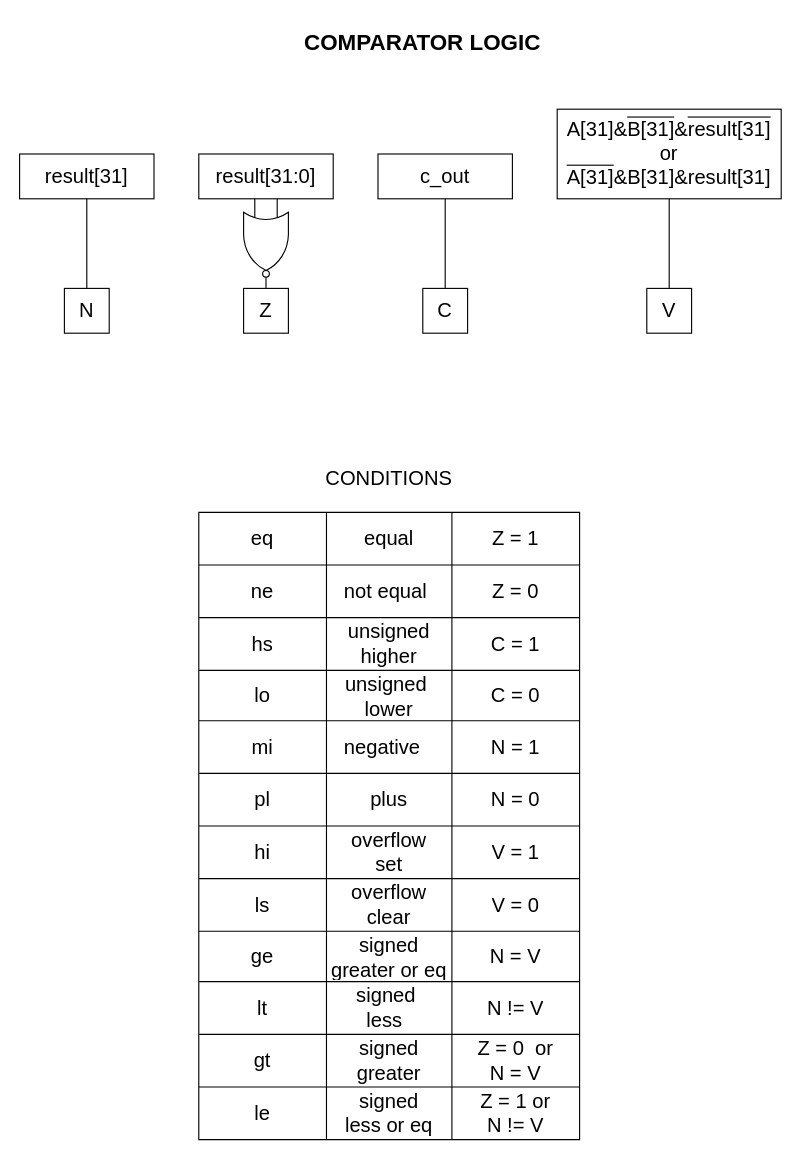
Before: page "Comparator" (15 of 15) of docs/dlx_architecture.drawio in lorenzobadas/DLX, a draw.io diagram. Source tidied: cells renumbered, new cells numbered last; positions are measured from the earlier drawing's top-left corner, leaving out a move shared by most shapes. Both pictures are drawn from the tidied source at 112%, with x=0, y=0 at pixel (19, 19).
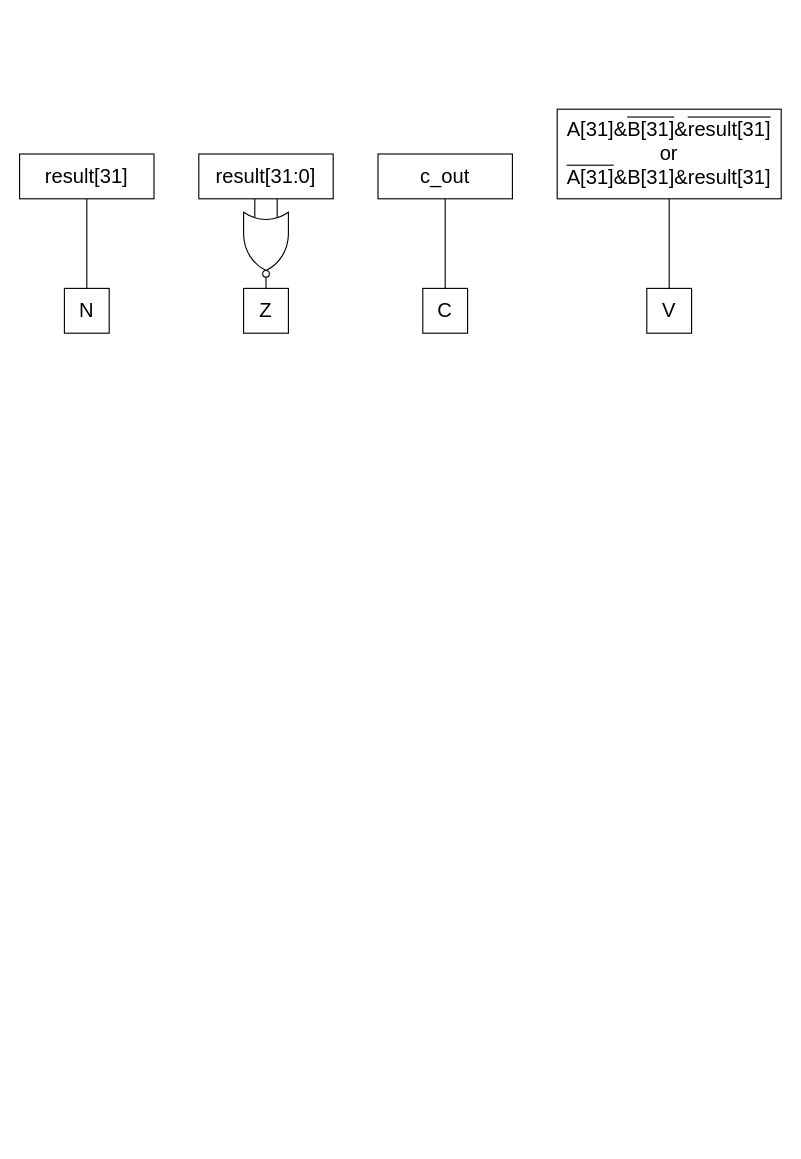
After the change.

Commit message (it also covers changes not shown here):
update ALU and comparator

Diff of the diagram source:
```diff
@@
-    <mxCell id="2" value="&lt;font style=&quot;font-size: 20px;&quot;&gt;&lt;b&gt;COMPARATOR LOGIC&lt;/b&gt;&lt;/font&gt;" style="text;html=1;align=center;verticalAlign=middle;whiteSpace=wrap;rounded=0;" parent="1" vertex="1">
-      <mxGeometry x="140" width="440" height="40" as="geometry" />
-    </mxCell>
@@
-    <mxCell id="15" value="&lt;font style=&quot;font-size: 18px;&quot;&gt;CONDITIONS&lt;/font&gt;" style="text;html=1;align=center;verticalAlign=middle;whiteSpace=wrap;rounded=0;" parent="1" vertex="1">
-      <mxGeometry x="190" y="390" width="280" height="40" as="geometry" />
-    </mxCell>
-    <mxCell id="16" style="shape=table;startSize=0;childLayout=tableLayout;fontSize=18;" parent="1" vertex="1">
-      <mxGeometry x="160" y="440" width="340" height="560" as="geometry" />
-    </mxCell>
-    <mxCell id="17" style="shape=tableRow;horizontal=0;startSize=0;swimlaneHead=0;swimlaneBody=0;top=0;left=0;bottom=0;right=0;fillColor=none;" parent="16" vertex="1">
-      <mxGeometry width="340" height="47" as="geometry" />
-    </mxCell>
-    <mxCell id="18" value="&lt;font style=&quot;font-size: 18px;&quot;&gt;eq&lt;/font&gt;" style="shape=partialRectangle;html=1;whiteSpace=wrap;overflow=hidden;fillColor=none;top=0;left=0;bottom=0;right=0;" parent="17" vertex="1">
-      <mxGeometry width="114" height="47" as="geometry" />
-    </mxCell>
-    <mxCell id="19" value="equal" style="shape=partialRectangle;html=1;whiteSpace=wrap;overflow=hidden;fillColor=none;top=0;left=0;bottom=0;right=0;fontSize=18;align=center;" parent="17" vertex="1">
-      <mxGeometry x="114" width="112" height="47" as="geometry" />
-    </mxCell>
-    <mxCell id="20" value="Z = 1" style="shape=partialRectangle;html=1;whiteSpace=wrap;overflow=hidden;fillColor=none;top=0;left=0;bottom=0;right=0;fontSize=18;" parent="17" vertex="1">
-      <mxGeometry x="226" width="114" height="47" as="geometry" />
-    </mxCell>
-    <mxCell id="21" style="shape=tableRow;horizontal=0;startSize=0;swimlaneHead=0;swimlaneBody=0;top=0;left=0;bottom=0;right=0;fillColor=none;" parent="16" vertex="1">
-      <mxGeometry y="47" width="340" height="47" as="geometry" />
-    </mxCell>
-    <mxCell id="22" value="ne" style="shape=partialRectangle;html=1;whiteSpace=wrap;overflow=hidden;fillColor=none;top=0;left=0;bottom=0;right=0;fontSize=18;" parent="21" vertex="1">
-      <mxGeometry width="114" height="47" as="geometry" />
-    </mxCell>
-    <mxCell id="23" value="not equal&lt;span style=&quot;white-space: pre;&quot;&gt;&#9;&lt;/span&gt;" style="shape=partialRectangle;html=1;whiteSpace=wrap;overflow=hidden;fillColor=none;top=0;left=0;bottom=0;right=0;fontSize=18;" parent="21" vertex="1">
-      <mxGeometry x="114" width="112" height="47" as="geometry" />
-    </mxCell>
-    <mxCell id="24" value="Z = 0" style="shape=partialRectangle;html=1;whiteSpace=wrap;overflow=hidden;fillColor=none;top=0;left=0;bottom=0;right=0;fontSize=18;" parent="21" vertex="1">
-      <mxGeometry x="226" width="114" height="47" as="geometry" />
-    </mxCell>
-    <mxCell id="25" style="shape=tableRow;horizontal=0;startSize=0;swimlaneHead=0;swimlaneBody=0;top=0;left=0;bottom=0;right=0;fillColor=none;" parent="16" vertex="1">
-      <mxGeometry y="94" width="340" height="47" as="geometry" />
-    </mxCell>
-    <mxCell id="26" value="hs" style="shape=partialRectangle;html=1;whiteSpace=wrap;overflow=hidden;fillColor=none;top=0;left=0;bottom=0;right=0;fontSize=18;" parent="25" vertex="1">
-      <mxGeometry width="114" height="47" as="geometry" />
-    </mxCell>
-    <mxCell id="27" value="unsigned higher" style="shape=partialRectangle;html=1;whiteSpace=wrap;overflow=hidden;fillColor=none;top=0;left=0;bottom=0;right=0;fontSize=18;" parent="25" vertex="1">
-      <mxGeometry x="114" width="112" height="47" as="geometry" />
-    </mxCell>
-    <mxCell id="28" value="C = 1" style="shape=partialRectangle;html=1;whiteSpace=wrap;overflow=hidden;fillColor=none;top=0;left=0;bottom=0;right=0;fontSize=18;" parent="25" vertex="1">
-      <mxGeometry x="226" width="114" height="47" as="geometry" />
-    </mxCell>
-    <mxCell id="29" style="shape=tableRow;horizontal=0;startSize=0;swimlaneHead=0;swimlaneBody=0;top=0;left=0;bottom=0;right=0;fillColor=none;" parent="16" vertex="1">
-      <mxGeometry y="141" width="340" height="45" as="geometry" />
-    </mxCell>
-    <mxCell id="30" value="lo" style="shape=partialRectangle;html=1;whiteSpace=wrap;overflow=hidden;fillColor=none;top=0;left=0;bottom=0;right=0;fontSize=18;" parent="29" vertex="1">
-      <mxGeometry width="114" height="45" as="geometry" />
-    </mxCell>
-    <mxCell id="31" value="unsigned&amp;nbsp;&lt;br&gt;lower" style="shape=partialRectangle;html=1;whiteSpace=wrap;overflow=hidden;fillColor=none;top=0;left=0;bottom=0;right=0;fontSize=18;" parent="29" vertex="1">
-      <mxGeometry x="114" width="112" height="45" as="geometry" />
-    </mxCell>
-    <mxCell id="32" value="C = 0" style="shape=partialRectangle;html=1;whiteSpace=wrap;overflow=hidden;fillColor=none;top=0;left=0;bottom=0;right=0;fontSize=18;" parent="29" vertex="1">
-      <mxGeometry x="226" width="114" height="45" as="geometry" />
-    </mxCell>
-    <mxCell id="33" style="shape=tableRow;horizontal=0;startSize=0;swimlaneHead=0;swimlaneBody=0;top=0;left=0;bottom=0;right=0;fillColor=none;" parent="16" vertex="1">
-      <mxGeometry y="186" width="340" height="47" as="geometry" />
-    </mxCell>
-    <mxCell id="34" value="mi" style="shape=partialRectangle;html=1;whiteSpace=wrap;overflow=hidden;fillColor=none;top=0;left=0;bottom=0;right=0;fontSize=18;" parent="33" vertex="1">
-      <mxGeometry width="114" height="47" as="geometry" />
-    </mxCell>
-    <mxCell id="35" value="negative&lt;span style=&quot;white-space: pre;&quot;&gt;&#9;&lt;/span&gt;" style="shape=partialRectangle;html=1;whiteSpace=wrap;overflow=hidden;fillColor=none;top=0;left=0;bottom=0;right=0;fontSize=18;" parent="33" vertex="1">
-      <mxGeometry x="114" width="112" height="47" as="geometry" />
-    </mxCell>
-    <mxCell id="36" value="N = 1" style="shape=partialRectangle;html=1;whiteSpace=wrap;overflow=hidden;fillColor=none;top=0;left=0;bottom=0;right=0;fontSize=18;" parent="33" vertex="1">
-      <mxGeometry x="226" width="114" height="47" as="geometry" />
-    </mxCell>
-    <mxCell id="37" style="shape=tableRow;horizontal=0;startSize=0;swimlaneHead=0;swimlaneBody=0;top=0;left=0;bottom=0;right=0;fillColor=none;" parent="16" vertex="1">
-      <mxGeometry y="233" width="340" height="47" as="geometry" />
-    </mxCell>
-    <mxCell id="38" value="pl" style="shape=partialRectangle;html=1;whiteSpace=wrap;overflow=hidden;fillColor=none;top=0;left=0;bottom=0;right=0;fontSize=18;" parent="37" vertex="1">
-      <mxGeometry width="114" height="47" as="geometry" />
-    </mxCell>
-    <mxCell id="39" value="plus" style="shape=partialRectangle;html=1;whiteSpace=wrap;overflow=hidden;fillColor=none;top=0;left=0;bottom=0;right=0;fontSize=18;" parent="37" vertex="1">
-      <mxGeometry x="114" width="112" height="47" as="geometry" />
-    </mxCell>
-    <mxCell id="40" value="N = 0" style="shape=partialRectangle;html=1;whiteSpace=wrap;overflow=hidden;fillColor=none;top=0;left=0;bottom=0;right=0;fontSize=18;" parent="37" vertex="1">
-      <mxGeometry x="226" width="114" height="47" as="geometry" />
-    </mxCell>
-    <mxCell id="41" style="shape=tableRow;horizontal=0;startSize=0;swimlaneHead=0;swimlaneBody=0;top=0;left=0;bottom=0;right=0;fillColor=none;" parent="16" vertex="1">
-      <mxGeometry y="280" width="340" height="47" as="geometry" />
-    </mxCell>
-    <mxCell id="42" value="hi" style="shape=partialRectangle;html=1;whiteSpace=wrap;overflow=hidden;fillColor=none;top=0;left=0;bottom=0;right=0;fontSize=18;" parent="41" vertex="1">
-      <mxGeometry width="114" height="47" as="geometry" />
-    </mxCell>
-    <mxCell id="43" value="overflow &lt;br&gt;set" style="shape=partialRectangle;html=1;whiteSpace=wrap;overflow=hidden;fillColor=none;top=0;left=0;bottom=0;right=0;fontSize=18;" parent="41" vertex="1">
-      <mxGeometry x="114" width="112" height="47" as="geometry" />
-    </mxCell>
-    <mxCell id="44" value="V = 1" style="shape=partialRectangle;html=1;whiteSpace=wrap;overflow=hidden;fillColor=none;top=0;left=0;bottom=0;right=0;fontSize=18;" parent="41" vertex="1">
-      <mxGeometry x="226" width="114" height="47" as="geometry" />
-    </mxCell>
-    <mxCell id="45" style="shape=tableRow;horizontal=0;startSize=0;swimlaneHead=0;swimlaneBody=0;top=0;left=0;bottom=0;right=0;fillColor=none;" parent="16" vertex="1">
-      <mxGeometry y="327" width="340" height="47" as="geometry" />
-    </mxCell>
-    <mxCell id="46" value="ls" style="shape=partialRectangle;html=1;whiteSpace=wrap;overflow=hidden;fillColor=none;top=0;left=0;bottom=0;right=0;fontSize=18;" parent="45" vertex="1">
-      <mxGeometry width="114" height="47" as="geometry" />
-    </mxCell>
-    <mxCell id="47" value="overflow clear" style="shape=partialRectangle;html=1;whiteSpace=wrap;overflow=hidden;fillColor=none;top=0;left=0;bottom=0;right=0;fontSize=18;" parent="45" vertex="1">
-      <mxGeometry x="114" width="112" height="47" as="geometry" />
-    </mxCell>
-    <mxCell id="48" value="V = 0" style="shape=partialRectangle;html=1;whiteSpace=wrap;overflow=hidden;fillColor=none;top=0;left=0;bottom=0;right=0;fontSize=18;" parent="45" vertex="1">
-      <mxGeometry x="226" width="114" height="47" as="geometry" />
-    </mxCell>
-    <mxCell id="49" style="shape=tableRow;horizontal=0;startSize=0;swimlaneHead=0;swimlaneBody=0;top=0;left=0;bottom=0;right=0;fillColor=none;" parent="16" vertex="1">
-      <mxGeometry y="374" width="340" height="45" as="geometry" />
-    </mxCell>
-    <mxCell id="50" value="ge" style="shape=partialRectangle;html=1;whiteSpace=wrap;overflow=hidden;fillColor=none;top=0;left=0;bottom=0;right=0;fontSize=18;" parent="49" vertex="1">
-      <mxGeometry width="114" height="45" as="geometry" />
-    </mxCell>
-    <mxCell id="51" value="signed&lt;br&gt;greater or eq" style="shape=partialRectangle;html=1;whiteSpace=wrap;overflow=hidden;fillColor=none;top=0;left=0;bottom=0;right=0;fontSize=18;" parent="49" vertex="1">
-      <mxGeometry x="114" width="112" height="45" as="geometry" />
-    </mxCell>
-    <mxCell id="52" value="N = V" style="shape=partialRectangle;html=1;whiteSpace=wrap;overflow=hidden;fillColor=none;top=0;left=0;bottom=0;right=0;fontSize=18;" parent="49" vertex="1">
-      <mxGeometry x="226" width="114" height="45" as="geometry" />
-    </mxCell>
-    <mxCell id="53" style="shape=tableRow;horizontal=0;startSize=0;swimlaneHead=0;swimlaneBody=0;top=0;left=0;bottom=0;right=0;fillColor=none;" parent="16" vertex="1">
-      <mxGeometry y="419" width="340" height="47" as="geometry" />
-    </mxCell>
-    <mxCell id="54" value="lt" style="shape=partialRectangle;html=1;whiteSpace=wrap;overflow=hidden;fillColor=none;top=0;left=0;bottom=0;right=0;fontSize=18;" parent="53" vertex="1">
-      <mxGeometry width="114" height="47" as="geometry" />
-    </mxCell>
-    <mxCell id="55" value="signed&amp;nbsp;&lt;br&gt;less&lt;span style=&quot;white-space: pre;&quot;&gt;&#9;&lt;/span&gt;" style="shape=partialRectangle;html=1;whiteSpace=wrap;overflow=hidden;fillColor=none;top=0;left=0;bottom=0;right=0;fontSize=18;" parent="53" vertex="1">
-      <mxGeometry x="114" width="112" height="47" as="geometry" />
-    </mxCell>
-    <mxCell id="56" value="N != V" style="shape=partialRectangle;html=1;whiteSpace=wrap;overflow=hidden;fillColor=none;top=0;left=0;bottom=0;right=0;fontSize=18;" parent="53" vertex="1">
-      <mxGeometry x="226" width="114" height="47" as="geometry" />
-    </mxCell>
-    <mxCell id="57" style="shape=tableRow;horizontal=0;startSize=0;swimlaneHead=0;swimlaneBody=0;top=0;left=0;bottom=0;right=0;fillColor=none;" parent="16" vertex="1">
-      <mxGeometry y="466" width="340" height="47" as="geometry" />
-    </mxCell>
-    <mxCell id="58" value="gt" style="shape=partialRectangle;html=1;whiteSpace=wrap;overflow=hidden;fillColor=none;top=0;left=0;bottom=0;right=0;fontSize=18;" parent="57" vertex="1">
-      <mxGeometry width="114" height="47" as="geometry" />
-    </mxCell>
-    <mxCell id="59" value="signed&lt;br&gt;greater" style="shape=partialRectangle;html=1;whiteSpace=wrap;overflow=hidden;fillColor=none;top=0;left=0;bottom=0;right=0;fontSize=18;" parent="57" vertex="1">
-      <mxGeometry x="114" width="112" height="47" as="geometry" />
-    </mxCell>
-    <mxCell id="60" value="Z = 0&amp;nbsp; or&lt;br&gt;N = V" style="shape=partialRectangle;html=1;whiteSpace=wrap;overflow=hidden;fillColor=none;top=0;left=0;bottom=0;right=0;fontSize=18;" parent="57" vertex="1">
-      <mxGeometry x="226" width="114" height="47" as="geometry" />
-    </mxCell>
-    <mxCell id="61" style="shape=tableRow;horizontal=0;startSize=0;swimlaneHead=0;swimlaneBody=0;top=0;left=0;bottom=0;right=0;fillColor=none;" parent="16" vertex="1">
-      <mxGeometry y="513" width="340" height="47" as="geometry" />
-    </mxCell>
-    <mxCell id="62" value="le" style="shape=partialRectangle;html=1;whiteSpace=wrap;overflow=hidden;fillColor=none;top=0;left=0;bottom=0;right=0;fontSize=18;" parent="61" vertex="1">
-      <mxGeometry width="114" height="47" as="geometry" />
-    </mxCell>
-    <mxCell id="63" value="signed &lt;br&gt;less or eq" style="shape=partialRectangle;html=1;whiteSpace=wrap;overflow=hidden;fillColor=none;top=0;left=0;bottom=0;right=0;fontSize=18;" parent="61" vertex="1">
-      <mxGeometry x="114" width="112" height="47" as="geometry" />
-    </mxCell>
-    <mxCell id="64" value="Z = 1 or&lt;br&gt;N != V" style="shape=partialRectangle;html=1;whiteSpace=wrap;overflow=hidden;fillColor=none;top=0;left=0;bottom=0;right=0;fontSize=18;" parent="61" vertex="1">
-      <mxGeometry x="226" width="114" height="47" as="geometry" />
-    </mxCell>
```
